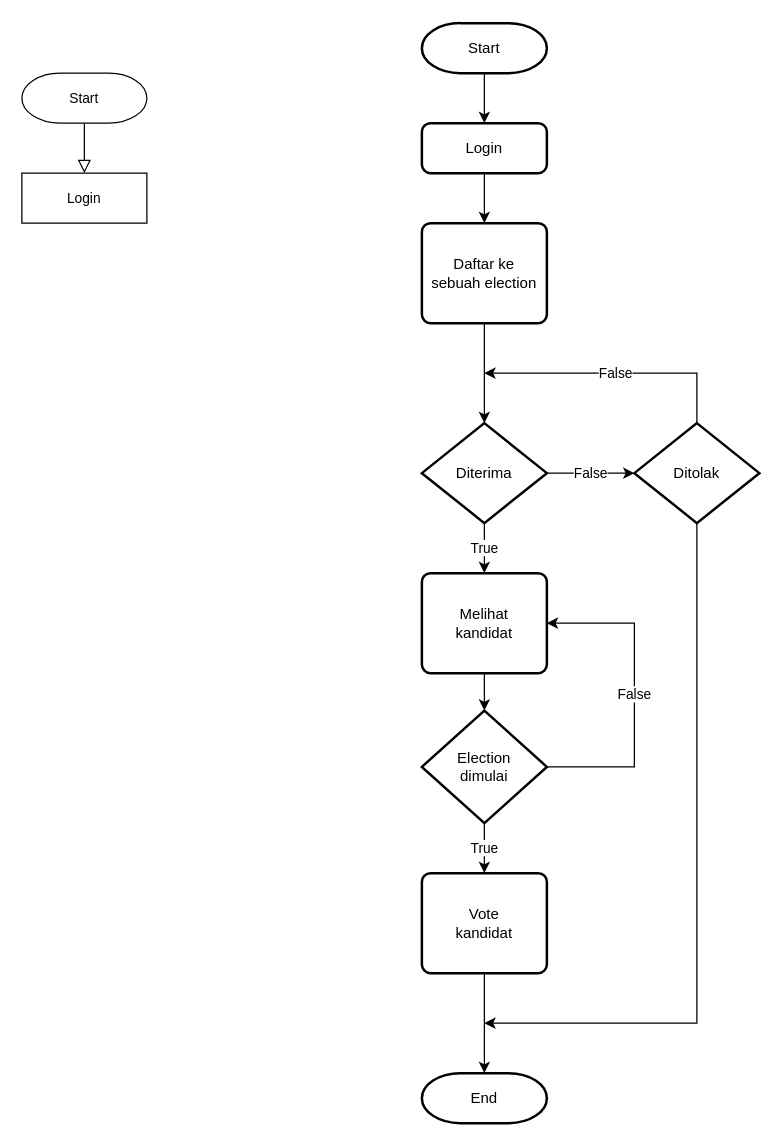
This is page "voter" (11 of 11) of flowchart.drawio from cekingx/diagram-simvoni, a draw.io file, before an edit. Source tidied: cells renumbered, new cells numbered last; positions are measured from the earlier drawing's top-left corner, leaving out a move shared by most shapes. Both pictures are drawn from the tidied source at 125%, with x=0, y=0 at pixel (21, 22).
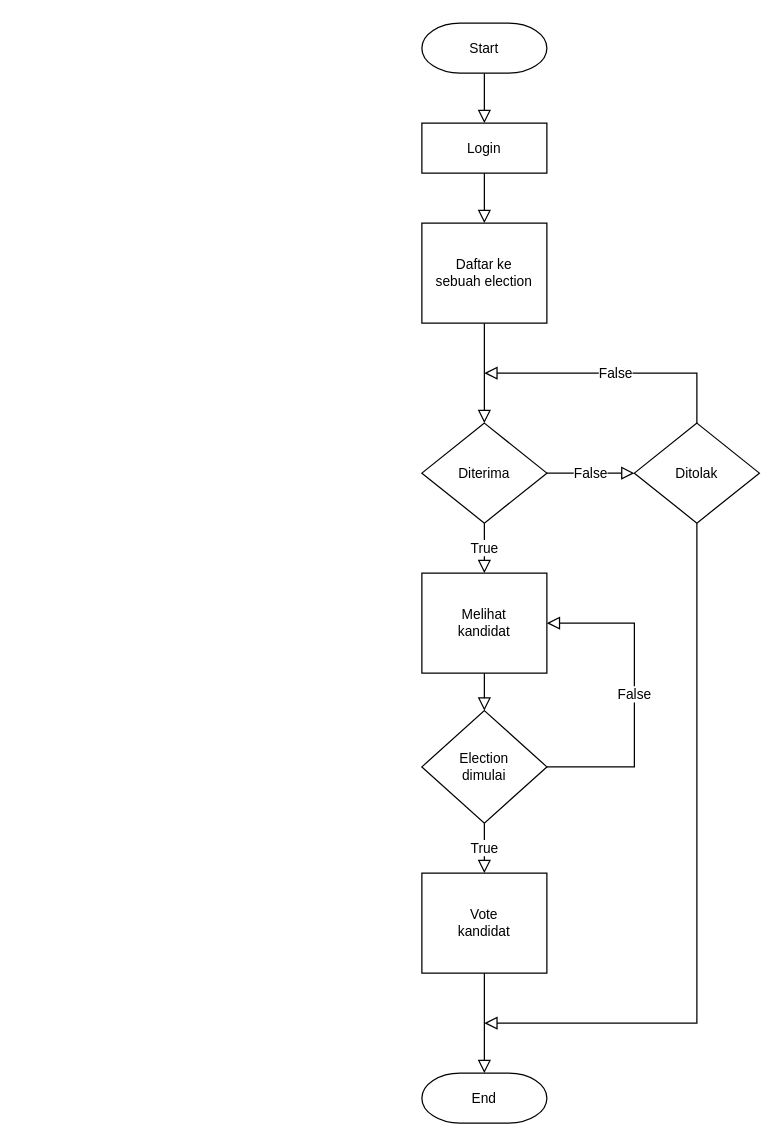
Above is the later version.

What changed in the source:
```diff
@@
-    <mxCell id="2" style="edgeStyle=orthogonalEdgeStyle;rounded=0;jettySize=auto;html=1;entryX=0.5;entryY=0;entryDx=0;entryDy=0;labelBackgroundColor=#ffffff;" parent="1" edge="1" source="3" target="8">
+    <mxCell id="2" style="edgeStyle=orthogonalEdgeStyle;rounded=0;jettySize=auto;html=1;entryX=0.5;entryY=0;entryDx=0;entryDy=0;labelBackgroundColor=none;shadow=0;strokeWidth=1;endFill=0;endArrow=block;endSize=8;" parent="1" edge="1" source="3" target="8">
       <mxGeometry relative="1" as="geometry" />
     </mxCell>
-    <mxCell id="3" value="Start" style="strokeWidth=2;html=1;shape=mxgraph.flowchart.terminator;whiteSpace=wrap;" parent="1" vertex="1">
+    <mxCell id="3" value="Start" style="strokeWidth=1;html=1;shape=mxgraph.flowchart.terminator;whiteSpace=wrap;rounded=0;shadow=0;fontSize=11;endFill=0;endArrow=block;endSize=8;" parent="1" vertex="1">
       <mxGeometry x="320" width="100" height="40" as="geometry" />
     </mxCell>
-    <mxCell id="4" style="edgeStyle=orthogonalEdgeStyle;rounded=0;jettySize=auto;html=1;entryX=0.5;entryY=0;entryDx=0;entryDy=0;labelBackgroundColor=none;shadow=0;strokeWidth=1;endFill=0;endArrow=block;endSize=8;" parent="1" edge="1" source="5" target="6">
-      <mxGeometry relative="1" as="geometry" />
-    </mxCell>
-    <mxCell id="5" value="Start" style="strokeWidth=1;html=1;shape=mxgraph.flowchart.terminator;whiteSpace=wrap;rounded=0;shadow=0;fontSize=11;endFill=0;endArrow=block;endSize=8;" parent="1" vertex="1">
-      <mxGeometry y="40" width="100" height="40" as="geometry" />
-    </mxCell>
-    <mxCell id="6" value="Login" style="rounded=0;whiteSpace=wrap;html=1;absoluteArcSize=1;strokeWidth=1;shadow=0;fontSize=11;endFill=0;endArrow=block;endSize=8;" parent="1" vertex="1">
-      <mxGeometry y="120" width="100" height="40" as="geometry" />
-    </mxCell>
-    <mxCell id="7" style="edgeStyle=orthogonalEdgeStyle;rounded=0;jettySize=auto;html=1;entryX=0.5;entryY=0;entryDx=0;entryDy=0;labelBackgroundColor=#ffffff;" parent="1" edge="1" source="8" target="10">
+    <mxCell id="7" style="edgeStyle=orthogonalEdgeStyle;rounded=0;jettySize=auto;html=1;entryX=0.5;entryY=0;entryDx=0;entryDy=0;labelBackgroundColor=none;shadow=0;strokeWidth=1;endFill=0;endArrow=block;endSize=8;" parent="1" edge="1" source="8" target="10">
       <mxGeometry relative="1" as="geometry" />
     </mxCell>
-    <mxCell id="8" value="Login" style="rounded=1;whiteSpace=wrap;html=1;absoluteArcSize=1;arcSize=14;strokeWidth=2;" parent="1" vertex="1">
+    <mxCell id="8" value="Login" style="rounded=0;whiteSpace=wrap;html=1;absoluteArcSize=1;strokeWidth=1;shadow=0;fontSize=11;endFill=0;endArrow=block;endSize=8;" parent="1" vertex="1">
       <mxGeometry x="320" y="80" width="100" height="40" as="geometry" />
     </mxCell>
-    <mxCell id="9" style="edgeStyle=orthogonalEdgeStyle;rounded=0;jettySize=auto;html=1;labelBackgroundColor=#ffffff;" parent="1" edge="1" source="10" target="13">
+    <mxCell id="9" style="edgeStyle=orthogonalEdgeStyle;rounded=0;jettySize=auto;html=1;labelBackgroundColor=none;shadow=0;strokeWidth=1;endFill=0;endArrow=block;endSize=8;" parent="1" edge="1" source="10" target="13">
       <mxGeometry relative="1" as="geometry" />
     </mxCell>
-    <mxCell id="10" value="Daftar ke&lt;br&gt;sebuah election" style="rounded=1;whiteSpace=wrap;html=1;absoluteArcSize=1;arcSize=14;strokeWidth=2;" parent="1" vertex="1">
+    <mxCell id="10" value="Daftar ke&lt;br&gt;sebuah election" style="rounded=0;whiteSpace=wrap;html=1;absoluteArcSize=1;strokeWidth=1;shadow=0;fontSize=11;endFill=0;endArrow=block;endSize=8;" parent="1" vertex="1">
       <mxGeometry x="320" y="160" width="100" height="80" as="geometry" />
     </mxCell>
-    <mxCell id="11" value="False" style="edgeStyle=orthogonalEdgeStyle;rounded=0;jettySize=auto;html=1;entryX=0;entryY=0.5;entryDx=0;entryDy=0;entryPerimeter=0;labelBackgroundColor=#ffffff;" parent="1" edge="1" source="13" target="18">
+    <mxCell id="11" value="False" style="edgeStyle=orthogonalEdgeStyle;rounded=0;jettySize=auto;html=1;entryX=0;entryY=0.5;entryDx=0;entryDy=0;entryPerimeter=0;labelBackgroundColor=#ffffff;shadow=0;strokeWidth=1;endFill=0;endArrow=block;endSize=8;" parent="1" edge="1" source="13" target="18">
       <mxGeometry relative="1" as="geometry" />
     </mxCell>
-    <mxCell id="12" value="True" style="edgeStyle=orthogonalEdgeStyle;rounded=0;jettySize=auto;html=1;entryX=0.5;entryY=0;entryDx=0;entryDy=0;labelBackgroundColor=#ffffff;" parent="1" edge="1" source="13" target="15">
+    <mxCell id="12" value="True" style="edgeStyle=orthogonalEdgeStyle;rounded=0;jettySize=auto;html=1;entryX=0.5;entryY=0;entryDx=0;entryDy=0;labelBackgroundColor=#ffffff;shadow=0;strokeWidth=1;endFill=0;endArrow=block;endSize=8;" parent="1" edge="1" source="13" target="15">
       <mxGeometry relative="1" as="geometry" />
     </mxCell>
-    <mxCell id="13" value="Diterima" style="strokeWidth=2;html=1;shape=mxgraph.flowchart.decision;whiteSpace=wrap;" parent="1" vertex="1">
+    <mxCell id="13" value="Diterima" style="strokeWidth=1;html=1;shape=mxgraph.flowchart.decision;whiteSpace=wrap;rounded=0;shadow=0;fontSize=11;endFill=0;endArrow=block;endSize=8;" parent="1" vertex="1">
       <mxGeometry x="320" y="320" width="100" height="80" as="geometry" />
     </mxCell>
-    <mxCell id="14" style="edgeStyle=orthogonalEdgeStyle;rounded=0;jettySize=auto;html=1;entryX=0.5;entryY=0;entryDx=0;entryDy=0;entryPerimeter=0;labelBackgroundColor=#ffffff;" parent="1" edge="1" source="15" target="21">
+    <mxCell id="14" style="edgeStyle=orthogonalEdgeStyle;rounded=0;jettySize=auto;html=1;entryX=0.5;entryY=0;entryDx=0;entryDy=0;entryPerimeter=0;labelBackgroundColor=none;shadow=0;strokeWidth=1;endFill=0;endArrow=block;endSize=8;" parent="1" edge="1" source="15" target="21">
       <mxGeometry relative="1" as="geometry" />
     </mxCell>
-    <mxCell id="15" value="Melihat&lt;br&gt;kandidat" style="rounded=1;whiteSpace=wrap;html=1;absoluteArcSize=1;arcSize=14;strokeWidth=2;" parent="1" vertex="1">
+    <mxCell id="15" value="Melihat&lt;br&gt;kandidat" style="rounded=0;whiteSpace=wrap;html=1;absoluteArcSize=1;strokeWidth=1;shadow=0;fontSize=11;endFill=0;endArrow=block;endSize=8;" parent="1" vertex="1">
       <mxGeometry x="320" y="440" width="100" height="80" as="geometry" />
     </mxCell>
-    <mxCell id="16" value="False" style="edgeStyle=orthogonalEdgeStyle;rounded=0;jettySize=auto;html=1;labelBackgroundColor=#ffffff;" parent="1" edge="1" source="18">
+    <mxCell id="16" value="False" style="edgeStyle=orthogonalEdgeStyle;rounded=0;jettySize=auto;html=1;labelBackgroundColor=#ffffff;shadow=0;strokeWidth=1;endFill=0;endArrow=block;endSize=8;" parent="1" edge="1" source="18">
       <mxGeometry relative="1" as="geometry">
         <mxPoint x="370" y="280" as="targetPoint" />
         <Array as="points">
           <mxPoint x="540" y="280" />
         </Array>
       </mxGeometry>
     </mxCell>
-    <mxCell id="17" style="edgeStyle=orthogonalEdgeStyle;rounded=0;jettySize=auto;html=1;labelBackgroundColor=#ffffff;" parent="1" edge="1" source="18">
+    <mxCell id="17" style="edgeStyle=orthogonalEdgeStyle;rounded=0;jettySize=auto;html=1;labelBackgroundColor=none;shadow=0;strokeWidth=1;endFill=0;endArrow=block;endSize=8;" parent="1" edge="1" source="18">
       <mxGeometry relative="1" as="geometry">
         <mxPoint x="370" y="800" as="targetPoint" />
         <Array as="points">
           <mxPoint x="540" y="800" />
         </Array>
       </mxGeometry>
     </mxCell>
-    <mxCell id="18" value="Ditolak" style="strokeWidth=2;html=1;shape=mxgraph.flowchart.decision;whiteSpace=wrap;" parent="1" vertex="1">
+    <mxCell id="18" value="Ditolak" style="strokeWidth=1;html=1;shape=mxgraph.flowchart.decision;whiteSpace=wrap;rounded=0;shadow=0;fontSize=11;endFill=0;endArrow=block;endSize=8;" parent="1" vertex="1">
       <mxGeometry x="490" y="320" width="100" height="80" as="geometry" />
     </mxCell>
-    <mxCell id="19" value="True" style="edgeStyle=orthogonalEdgeStyle;rounded=0;jettySize=auto;html=1;entryX=0.5;entryY=0;entryDx=0;entryDy=0;labelBackgroundColor=#ffffff;" parent="1" edge="1" source="21" target="23">
+    <mxCell id="19" value="True" style="edgeStyle=orthogonalEdgeStyle;rounded=0;jettySize=auto;html=1;entryX=0.5;entryY=0;entryDx=0;entryDy=0;labelBackgroundColor=#ffffff;shadow=0;strokeWidth=1;endFill=0;endArrow=block;endSize=8;" parent="1" edge="1" source="21" target="23">
       <mxGeometry relative="1" as="geometry" />
     </mxCell>
-    <mxCell id="20" value="False" style="edgeStyle=orthogonalEdgeStyle;rounded=0;jettySize=auto;html=1;labelBackgroundColor=#ffffff;entryX=1;entryY=0.5;entryDx=0;entryDy=0;" parent="1" edge="1" source="21" target="15">
+    <mxCell id="20" value="False" style="edgeStyle=orthogonalEdgeStyle;rounded=0;jettySize=auto;html=1;labelBackgroundColor=#ffffff;entryX=1;entryY=0.5;entryDx=0;entryDy=0;shadow=0;strokeWidth=1;endFill=0;endArrow=block;endSize=8;" parent="1" edge="1" source="21" target="15">
       <mxGeometry relative="1" as="geometry">
         <Array as="points">
           <mxPoint x="490" y="595" />
           <mxPoint x="490" y="480" />
         </Array>
       </mxGeometry>
     </mxCell>
-    <mxCell id="21" value="Election&lt;br&gt;dimulai" style="strokeWidth=2;html=1;shape=mxgraph.flowchart.decision;whiteSpace=wrap;" parent="1" vertex="1">
+    <mxCell id="21" value="Election&lt;br&gt;dimulai" style="strokeWidth=1;html=1;shape=mxgraph.flowchart.decision;whiteSpace=wrap;rounded=0;shadow=0;fontSize=11;endFill=0;endArrow=block;endSize=8;" parent="1" vertex="1">
       <mxGeometry x="320" y="550" width="100" height="90" as="geometry" />
     </mxCell>
-    <mxCell id="22" style="edgeStyle=orthogonalEdgeStyle;rounded=0;jettySize=auto;html=1;entryX=0.5;entryY=0;entryDx=0;entryDy=0;entryPerimeter=0;labelBackgroundColor=#ffffff;" parent="1" edge="1" source="23" target="24">
+    <mxCell id="22" style="edgeStyle=orthogonalEdgeStyle;rounded=0;jettySize=auto;html=1;entryX=0.5;entryY=0;entryDx=0;entryDy=0;entryPerimeter=0;labelBackgroundColor=none;shadow=0;strokeWidth=1;endFill=0;endArrow=block;endSize=8;" parent="1" edge="1" source="23" target="24">
       <mxGeometry relative="1" as="geometry" />
     </mxCell>
-    <mxCell id="23" value="Vote&lt;br&gt;kandidat" style="rounded=1;whiteSpace=wrap;html=1;absoluteArcSize=1;arcSize=14;strokeWidth=2;" parent="1" vertex="1">
+    <mxCell id="23" value="Vote&lt;br&gt;kandidat" style="rounded=0;whiteSpace=wrap;html=1;absoluteArcSize=1;strokeWidth=1;shadow=0;fontSize=11;endFill=0;endArrow=block;endSize=8;" parent="1" vertex="1">
       <mxGeometry x="320" y="680" width="100" height="80" as="geometry" />
     </mxCell>
-    <mxCell id="24" value="End" style="strokeWidth=2;html=1;shape=mxgraph.flowchart.terminator;whiteSpace=wrap;" parent="1" vertex="1">
+    <mxCell id="24" value="End" style="strokeWidth=1;html=1;shape=mxgraph.flowchart.terminator;whiteSpace=wrap;rounded=0;shadow=0;fontSize=11;endFill=0;endArrow=block;endSize=8;" parent="1" vertex="1">
       <mxGeometry x="320" y="840" width="100" height="40" as="geometry" />
     </mxCell>
```
